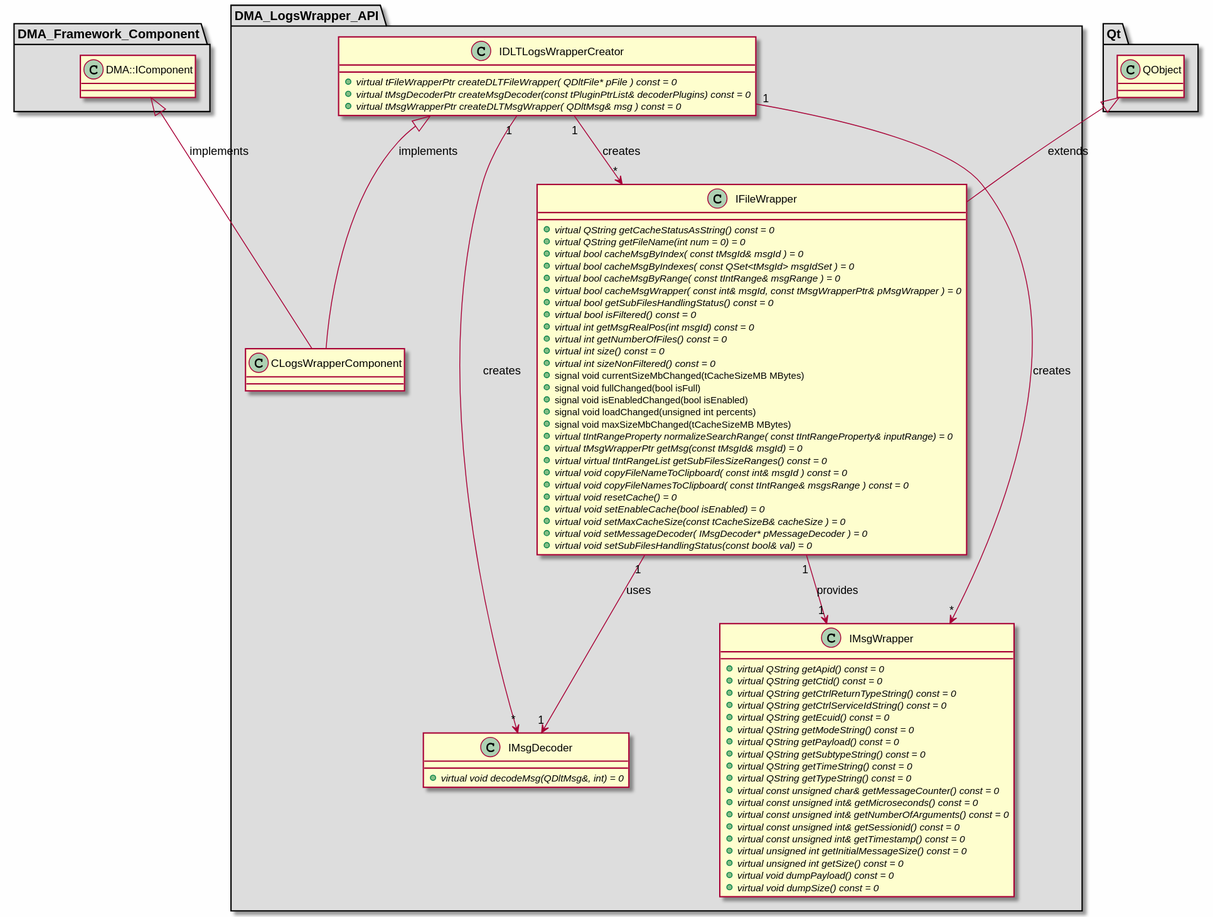
Before: md/dev_docs/puml/DMA_LogsWrapper_API_standalone.svg, a diagram exported from PlantUML (svlad-90/DLT-Message-Analyzer).
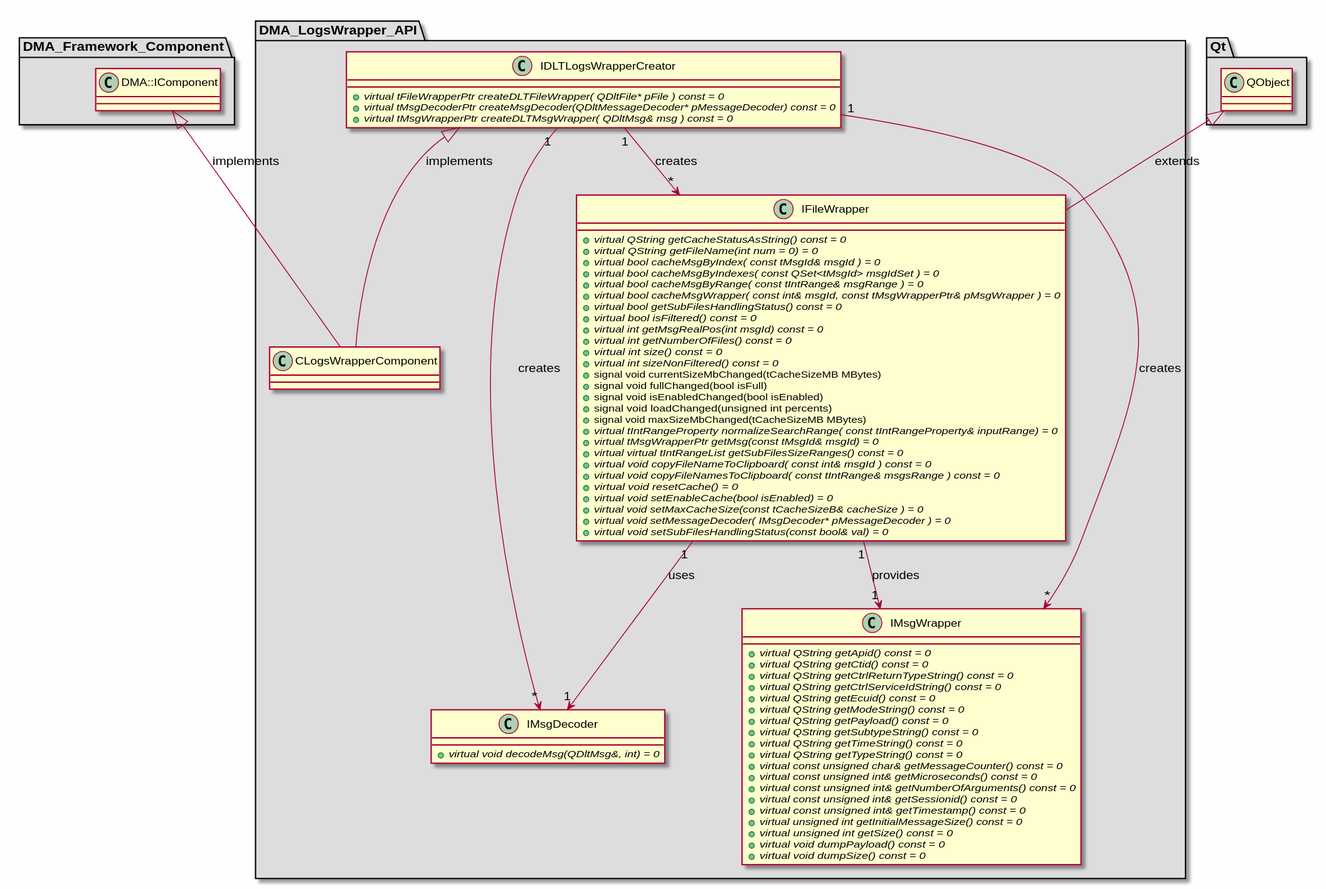
Later version of the same file.

The edit, as a diff of the source:
```diff
@@ -21,7 +21,7 @@
 class "IDLTLogsWrapperCreator"
 {
     + {abstract} virtual tFileWrapperPtr createDLTFileWrapper( QDltFile* pFile ) const = 0
-    + {abstract} virtual tMsgDecoderPtr createMsgDecoder(const tPluginPtrList& decoderPlugins) const = 0
+    + {abstract} virtual tMsgDecoderPtr createMsgDecoder(QDltMessageDecoder* pMessageDecoder) const = 0
     + {abstract} virtual tMsgWrapperPtr createDLTMsgWrapper( QDltMsg& msg ) const = 0
 }
 
```
